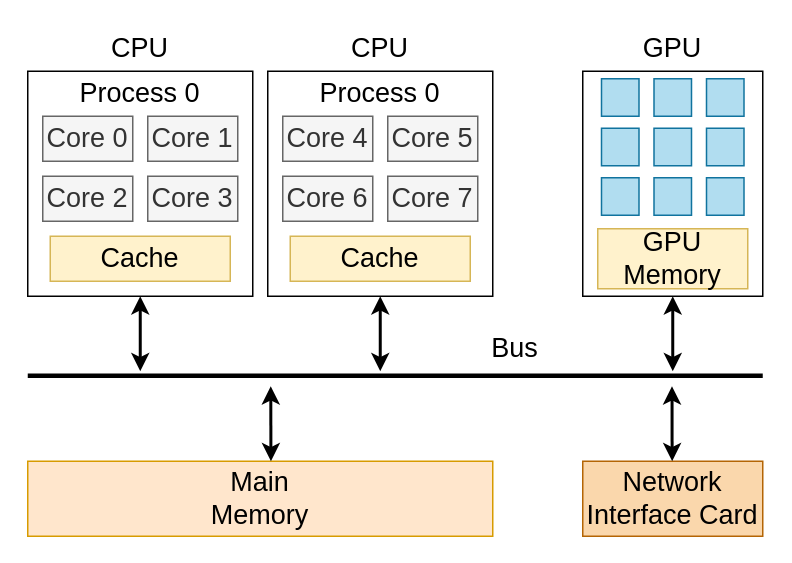
Earlier version of the draw.io diagram drawio/ch-intro/computer-arch.drawio (godaai/scale-py-zh). Source tidied: cells renumbered, new cells numbered last; positions are measured from the earlier drawing's top-left corner, leaving out a move shared by most shapes. Both pictures are drawn from the tidied source at 150%, with x=0, y=0 at pixel (27, 26).
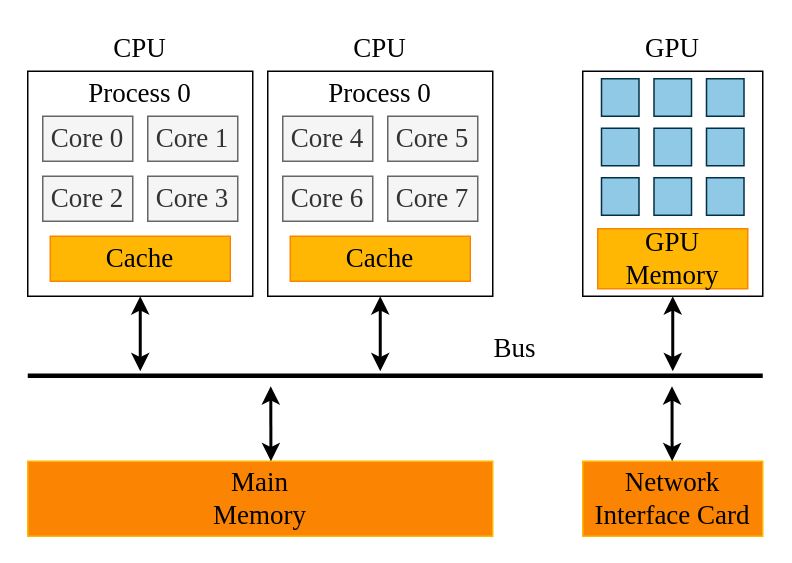
The same diagram, later.

What changed in the source:
```diff
@@
-    <mxCell id="2" style="rounded=0;whiteSpace=wrap;html=1;fillColor=none;" parent="1" vertex="1">
+    <mxCell id="2" style="rounded=0;whiteSpace=wrap;html=1;fillColor=none;fontFamily=Times New Roman;" parent="1" vertex="1">
       <mxGeometry y="30" width="150" height="150" as="geometry" />
     </mxCell>
-    <mxCell id="3" value="Process 0" style="text;html=1;strokeColor=none;fillColor=none;align=center;verticalAlign=middle;whiteSpace=wrap;rounded=0;fontSize=18;" parent="1" vertex="1">
+    <mxCell id="3" value="Process 0" style="text;html=1;strokeColor=none;fillColor=none;align=center;verticalAlign=middle;whiteSpace=wrap;rounded=0;fontSize=18;fontFamily=Times New Roman;" parent="1" vertex="1">
       <mxGeometry x="30" y="30" width="90" height="30" as="geometry" />
     </mxCell>
-    <mxCell id="4" value="Core 0" style="rounded=0;whiteSpace=wrap;html=1;fontSize=18;fillColor=#f5f5f5;strokeColor=#666666;fontColor=#333333;" parent="1" vertex="1">
+    <mxCell id="4" value="Core 0" style="rounded=0;whiteSpace=wrap;html=1;fontSize=18;fillColor=#f5f5f5;strokeColor=#666666;fontColor=#333333;fontFamily=Times New Roman;" parent="1" vertex="1">
       <mxGeometry x="10" y="60" width="60" height="30" as="geometry" />
     </mxCell>
-    <mxCell id="5" value="Core 1" style="rounded=0;whiteSpace=wrap;html=1;fontSize=18;fillColor=#f5f5f5;strokeColor=#666666;fontColor=#333333;" parent="1" vertex="1">
+    <mxCell id="5" value="Core 1" style="rounded=0;whiteSpace=wrap;html=1;fontSize=18;fillColor=#f5f5f5;strokeColor=#666666;fontColor=#333333;fontFamily=Times New Roman;" parent="1" vertex="1">
       <mxGeometry x="80" y="60" width="60" height="30" as="geometry" />
     </mxCell>
-    <mxCell id="6" value="Core 2" style="rounded=0;whiteSpace=wrap;html=1;fontSize=18;fillColor=#f5f5f5;strokeColor=#666666;fontColor=#333333;" parent="1" vertex="1">
+    <mxCell id="6" value="Core 2" style="rounded=0;whiteSpace=wrap;html=1;fontSize=18;fillColor=#f5f5f5;strokeColor=#666666;fontColor=#333333;fontFamily=Times New Roman;" parent="1" vertex="1">
       <mxGeometry x="10" y="100" width="60" height="30" as="geometry" />
     </mxCell>
-    <mxCell id="7" value="Core 3" style="rounded=0;whiteSpace=wrap;html=1;fontSize=18;fillColor=#f5f5f5;strokeColor=#666666;fontColor=#333333;" parent="1" vertex="1">
+    <mxCell id="7" value="Core 3" style="rounded=0;whiteSpace=wrap;html=1;fontSize=18;fillColor=#f5f5f5;strokeColor=#666666;fontColor=#333333;fontFamily=Times New Roman;" parent="1" vertex="1">
       <mxGeometry x="80" y="100" width="60" height="30" as="geometry" />
     </mxCell>
-    <mxCell id="8" style="rounded=0;whiteSpace=wrap;html=1;fillColor=none;" parent="1" vertex="1">
+    <mxCell id="8" style="rounded=0;whiteSpace=wrap;html=1;fillColor=none;fontFamily=Times New Roman;" parent="1" vertex="1">
       <mxGeometry x="160" y="30" width="150" height="150" as="geometry" />
     </mxCell>
-    <mxCell id="9" value="Process 0" style="text;html=1;strokeColor=none;fillColor=none;align=center;verticalAlign=middle;whiteSpace=wrap;rounded=0;fontSize=18;" parent="1" vertex="1">
+    <mxCell id="9" value="Process 0" style="text;html=1;strokeColor=none;fillColor=none;align=center;verticalAlign=middle;whiteSpace=wrap;rounded=0;fontSize=18;fontFamily=Times New Roman;" parent="1" vertex="1">
       <mxGeometry x="190" y="30" width="90" height="30" as="geometry" />
     </mxCell>
-    <mxCell id="10" value="Core 4" style="rounded=0;whiteSpace=wrap;html=1;fontSize=18;fillColor=#f5f5f5;strokeColor=#666666;fontColor=#333333;" parent="1" vertex="1">
+    <mxCell id="10" value="Core 4" style="rounded=0;whiteSpace=wrap;html=1;fontSize=18;fillColor=#f5f5f5;strokeColor=#666666;fontColor=#333333;fontFamily=Times New Roman;" parent="1" vertex="1">
       <mxGeometry x="170" y="60" width="60" height="30" as="geometry" />
     </mxCell>
-    <mxCell id="11" value="Core 5" style="rounded=0;whiteSpace=wrap;html=1;fontSize=18;fillColor=#f5f5f5;strokeColor=#666666;fontColor=#333333;" parent="1" vertex="1">
+    <mxCell id="11" value="Core 5" style="rounded=0;whiteSpace=wrap;html=1;fontSize=18;fillColor=#f5f5f5;strokeColor=#666666;fontColor=#333333;fontFamily=Times New Roman;" parent="1" vertex="1">
       <mxGeometry x="240" y="60" width="60" height="30" as="geometry" />
     </mxCell>
-    <mxCell id="12" value="Core 6" style="rounded=0;whiteSpace=wrap;html=1;fontSize=18;fillColor=#f5f5f5;strokeColor=#666666;fontColor=#333333;" parent="1" vertex="1">
+    <mxCell id="12" value="Core 6" style="rounded=0;whiteSpace=wrap;html=1;fontSize=18;fillColor=#f5f5f5;strokeColor=#666666;fontColor=#333333;fontFamily=Times New Roman;" parent="1" vertex="1">
       <mxGeometry x="170" y="100" width="60" height="30" as="geometry" />
     </mxCell>
-    <mxCell id="13" value="Core 7" style="rounded=0;whiteSpace=wrap;html=1;fontSize=18;fillColor=#f5f5f5;strokeColor=#666666;fontColor=#333333;" parent="1" vertex="1">
+    <mxCell id="13" value="Core 7" style="rounded=0;whiteSpace=wrap;html=1;fontSize=18;fillColor=#f5f5f5;strokeColor=#666666;fontColor=#333333;fontFamily=Times New Roman;" parent="1" vertex="1">
       <mxGeometry x="240" y="100" width="60" height="30" as="geometry" />
     </mxCell>
-    <mxCell id="14" value="Cache" style="rounded=0;whiteSpace=wrap;html=1;fontSize=18;fillColor=#fff2cc;strokeColor=#d6b656;" parent="1" vertex="1">
+    <mxCell id="14" value="Cache" style="rounded=0;whiteSpace=wrap;html=1;fontSize=18;fillColor=#FFB703;strokeColor=#FB8402;fontFamily=Times New Roman;" parent="1" vertex="1">
       <mxGeometry x="15" y="140" width="120" height="30" as="geometry" />
     </mxCell>
-    <mxCell id="15" value="Cache" style="rounded=0;whiteSpace=wrap;html=1;fontSize=18;fillColor=#fff2cc;strokeColor=#d6b656;" parent="1" vertex="1">
+    <mxCell id="15" value="Cache" style="rounded=0;whiteSpace=wrap;html=1;fontSize=18;fillColor=#FFB703;strokeColor=#FB8402;fontFamily=Times New Roman;" parent="1" vertex="1">
       <mxGeometry x="175" y="140" width="120" height="30" as="geometry" />
     </mxCell>
-    <mxCell id="16" style="endArrow=none;html=1;rounded=0;fontSize=18;strokeWidth=3;" parent="1" edge="1">
+    <mxCell id="16" style="endArrow=none;html=1;rounded=0;fontSize=18;strokeWidth=3;fontFamily=Times New Roman;" parent="1" edge="1">
       <mxGeometry relative="1" as="geometry">
         <mxPoint y="233" as="sourcePoint" />
         <mxPoint x="490" y="233" as="targetPoint" />
       </mxGeometry>
     </mxCell>
-    <mxCell id="17" style="endArrow=classic;startArrow=classic;html=1;rounded=0;strokeWidth=2;fontSize=18;entryX=0.5;entryY=1;entryDx=0;entryDy=0;" parent="1" edge="1" target="2">
+    <mxCell id="17" style="endArrow=classic;startArrow=classic;html=1;rounded=0;strokeWidth=2;fontSize=18;entryX=0.5;entryY=1;entryDx=0;entryDy=0;fontFamily=Times New Roman;" parent="1" edge="1" target="2">
       <mxGeometry relative="1" as="geometry">
         <mxPoint x="75" y="230" as="sourcePoint" />
       </mxGeometry>
     </mxCell>
-    <mxCell id="18" style="endArrow=classic;startArrow=classic;html=1;rounded=0;strokeWidth=2;fontSize=18;entryX=0.5;entryY=1;entryDx=0;entryDy=0;" parent="1" edge="1" target="8">
+    <mxCell id="18" style="endArrow=classic;startArrow=classic;html=1;rounded=0;strokeWidth=2;fontSize=18;entryX=0.5;entryY=1;entryDx=0;entryDy=0;fontFamily=Times New Roman;" parent="1" edge="1" target="8">
       <mxGeometry relative="1" as="geometry">
         <mxPoint x="235" y="230" as="sourcePoint" />
       </mxGeometry>
     </mxCell>
-    <mxCell id="19" value="Main &lt;br&gt;Memory" style="rounded=0;whiteSpace=wrap;html=1;fontSize=18;fillColor=#ffe6cc;strokeColor=#d79b00;" parent="1" vertex="1">
+    <mxCell id="19" value="Main &lt;br&gt;Memory" style="rounded=0;whiteSpace=wrap;html=1;fontSize=18;fillColor=#FB8402;strokeColor=#FFB703;fontFamily=Times New Roman;" parent="1" vertex="1">
       <mxGeometry y="290" width="310" height="50" as="geometry" />
     </mxCell>
-    <mxCell id="20" value="Bus" style="text;html=1;strokeColor=none;fillColor=none;align=center;verticalAlign=middle;whiteSpace=wrap;rounded=0;fontSize=18;" parent="1" vertex="1">
+    <mxCell id="20" value="Bus" style="text;html=1;strokeColor=none;fillColor=none;align=center;verticalAlign=middle;whiteSpace=wrap;rounded=0;fontSize=18;fontFamily=Times New Roman;" parent="1" vertex="1">
       <mxGeometry x="295" y="200" width="60" height="30" as="geometry" />
     </mxCell>
-    <mxCell id="21" style="rounded=0;whiteSpace=wrap;html=1;fontSize=18;" parent="1" vertex="1">
+    <mxCell id="21" style="rounded=0;whiteSpace=wrap;html=1;fontSize=18;fontFamily=Times New Roman;" parent="1" vertex="1">
       <mxGeometry x="370" y="30" width="120" height="150" as="geometry" />
     </mxCell>
-    <mxCell id="22" value="CPU" style="text;html=1;strokeColor=none;fillColor=none;align=center;verticalAlign=middle;whiteSpace=wrap;rounded=0;fontSize=18;" parent="1" vertex="1">
+    <mxCell id="22" value="&lt;font&gt;CPU&lt;/font&gt;" style="text;html=1;strokeColor=none;fillColor=none;align=center;verticalAlign=middle;whiteSpace=wrap;rounded=0;fontSize=18;fontFamily=Times New Roman;" parent="1" vertex="1">
       <mxGeometry x="45" width="60" height="30" as="geometry" />
     </mxCell>
-    <mxCell id="23" value="CPU" style="text;html=1;strokeColor=none;fillColor=none;align=center;verticalAlign=middle;whiteSpace=wrap;rounded=0;fontSize=18;" parent="1" vertex="1">
+    <mxCell id="23" value="&lt;font&gt;CPU&lt;/font&gt;" style="text;html=1;strokeColor=none;fillColor=none;align=center;verticalAlign=middle;whiteSpace=wrap;rounded=0;fontSize=18;fontFamily=Times New Roman;" parent="1" vertex="1">
       <mxGeometry x="205" width="60" height="30" as="geometry" />
     </mxCell>
-    <mxCell id="24" value="GPU" style="text;html=1;strokeColor=none;fillColor=none;align=center;verticalAlign=middle;whiteSpace=wrap;rounded=0;fontSize=18;" parent="1" vertex="1">
+    <mxCell id="24" value="&lt;font&gt;GPU&lt;/font&gt;" style="text;html=1;strokeColor=none;fillColor=none;align=center;verticalAlign=middle;whiteSpace=wrap;rounded=0;fontSize=18;fontFamily=Times New Roman;" parent="1" vertex="1">
       <mxGeometry x="400" width="60" height="30" as="geometry" />
     </mxCell>
-    <mxCell id="25" style="whiteSpace=wrap;html=1;fontSize=18;fillColor=#b1ddf0;strokeColor=#10739e;" parent="1" vertex="1">
+    <mxCell id="25" style="whiteSpace=wrap;html=1;fontSize=18;fillColor=#90C9E6;strokeColor=#023047;fontFamily=Times New Roman;" parent="1" vertex="1">
       <mxGeometry x="417.5" y="35" width="25" height="25" as="geometry" />
     </mxCell>
-    <mxCell id="26" style="whiteSpace=wrap;html=1;fontSize=18;fillColor=#b1ddf0;strokeColor=#10739e;" parent="1" vertex="1">
+    <mxCell id="26" style="whiteSpace=wrap;html=1;fontSize=18;fillColor=#90C9E6;strokeColor=#023047;fontFamily=Times New Roman;" parent="1" vertex="1">
       <mxGeometry x="382.5" y="35" width="25" height="25" as="geometry" />
     </mxCell>
-    <mxCell id="27" style="whiteSpace=wrap;html=1;fontSize=18;fillColor=#b1ddf0;strokeColor=#10739e;" parent="1" vertex="1">
+    <mxCell id="27" style="whiteSpace=wrap;html=1;fontSize=18;fillColor=#90C9E6;strokeColor=#023047;fontFamily=Times New Roman;" parent="1" vertex="1">
       <mxGeometry x="452.5" y="35" width="25" height="25" as="geometry" />
     </mxCell>
-    <mxCell id="28" style="whiteSpace=wrap;html=1;fontSize=18;fillColor=#b1ddf0;strokeColor=#10739e;" parent="1" vertex="1">
+    <mxCell id="28" style="whiteSpace=wrap;html=1;fontSize=18;fillColor=#90C9E6;strokeColor=#023047;fontFamily=Times New Roman;" parent="1" vertex="1">
       <mxGeometry x="417.5" y="68" width="25" height="25" as="geometry" />
     </mxCell>
-    <mxCell id="29" style="whiteSpace=wrap;html=1;fontSize=18;fillColor=#b1ddf0;strokeColor=#10739e;" parent="1" vertex="1">
+    <mxCell id="29" style="whiteSpace=wrap;html=1;fontSize=18;fillColor=#90C9E6;strokeColor=#023047;fontFamily=Times New Roman;" parent="1" vertex="1">
       <mxGeometry x="382.5" y="68" width="25" height="25" as="geometry" />
     </mxCell>
-    <mxCell id="30" style="whiteSpace=wrap;html=1;fontSize=18;fillColor=#b1ddf0;strokeColor=#10739e;" parent="1" vertex="1">
+    <mxCell id="30" style="whiteSpace=wrap;html=1;fontSize=18;fillColor=#90C9E6;strokeColor=#023047;fontFamily=Times New Roman;" parent="1" vertex="1">
       <mxGeometry x="452.5" y="68" width="25" height="25" as="geometry" />
     </mxCell>
-    <mxCell id="31" style="whiteSpace=wrap;html=1;fontSize=18;fillColor=#b1ddf0;strokeColor=#10739e;" parent="1" vertex="1">
+    <mxCell id="31" style="whiteSpace=wrap;html=1;fontSize=18;fillColor=#90C9E6;strokeColor=#023047;fontFamily=Times New Roman;" parent="1" vertex="1">
       <mxGeometry x="417.5" y="101" width="25" height="25" as="geometry" />
     </mxCell>
-    <mxCell id="32" style="whiteSpace=wrap;html=1;fontSize=18;fillColor=#b1ddf0;strokeColor=#10739e;" parent="1" vertex="1">
+    <mxCell id="32" style="whiteSpace=wrap;html=1;fontSize=18;fillColor=#90C9E6;strokeColor=#023047;fontFamily=Times New Roman;" parent="1" vertex="1">
       <mxGeometry x="382.5" y="101" width="25" height="25" as="geometry" />
     </mxCell>
-    <mxCell id="33" style="whiteSpace=wrap;html=1;fontSize=18;fillColor=#b1ddf0;strokeColor=#10739e;" parent="1" vertex="1">
+    <mxCell id="33" style="whiteSpace=wrap;html=1;fontSize=18;fillColor=#90C9E6;strokeColor=#023047;fontFamily=Times New Roman;" parent="1" vertex="1">
       <mxGeometry x="452.5" y="101" width="25" height="25" as="geometry" />
     </mxCell>
-    <mxCell id="34" value="GPU Memory" style="rounded=0;whiteSpace=wrap;html=1;fontSize=18;fillColor=#fff2cc;strokeColor=#d6b656;" parent="1" vertex="1">
+    <mxCell id="34" value="GPU Memory" style="rounded=0;whiteSpace=wrap;html=1;fontSize=18;fillColor=#FFB703;strokeColor=#FB8402;fontFamily=Times New Roman;" parent="1" vertex="1">
       <mxGeometry x="380" y="135" width="100" height="40" as="geometry" />
     </mxCell>
-    <mxCell id="35" style="endArrow=classic;startArrow=classic;html=1;rounded=0;strokeWidth=2;fontSize=18;entryX=0.5;entryY=1;entryDx=0;entryDy=0;" parent="1" edge="1" target="21">
+    <mxCell id="35" style="endArrow=classic;startArrow=classic;html=1;rounded=0;strokeWidth=2;fontSize=18;entryX=0.5;entryY=1;entryDx=0;entryDy=0;fontFamily=Times New Roman;" parent="1" edge="1" target="21">
       <mxGeometry relative="1" as="geometry">
         <mxPoint x="430" y="230" as="sourcePoint" />
       </mxGeometry>
     </mxCell>
-    <mxCell id="36" style="endArrow=classic;startArrow=classic;html=1;rounded=0;strokeWidth=2;fontSize=18;exitX=0.523;exitY=0;exitDx=0;exitDy=0;exitPerimeter=0;" parent="1" edge="1" source="19">
+    <mxCell id="36" style="endArrow=classic;startArrow=classic;html=1;rounded=0;strokeWidth=2;fontSize=18;exitX=0.523;exitY=0;exitDx=0;exitDy=0;exitPerimeter=0;fontFamily=Times New Roman;" parent="1" edge="1" source="19">
       <mxGeometry relative="1" as="geometry">
         <mxPoint x="162" y="240" as="targetPoint" />
       </mxGeometry>
     </mxCell>
-    <mxCell id="37" value="Network&lt;br&gt;Interface Card" style="rounded=0;whiteSpace=wrap;html=1;fontSize=18;fillColor=#fad7ac;strokeColor=#b46504;" parent="1" vertex="1">
+    <mxCell id="37" value="Network&lt;br&gt;Interface Card" style="rounded=0;whiteSpace=wrap;html=1;fontSize=18;fillColor=#FB8402;strokeColor=#FFB703;fontFamily=Times New Roman;" parent="1" vertex="1">
       <mxGeometry x="370" y="290" width="120" height="50" as="geometry" />
     </mxCell>
-    <mxCell id="38" style="endArrow=classic;startArrow=classic;html=1;rounded=0;strokeWidth=2;fontSize=18;exitX=0.523;exitY=0;exitDx=0;exitDy=0;exitPerimeter=0;" parent="1" edge="1">
+    <mxCell id="38" style="endArrow=classic;startArrow=classic;html=1;rounded=0;strokeWidth=2;fontSize=18;exitX=0.523;exitY=0;exitDx=0;exitDy=0;exitPerimeter=0;fontFamily=Times New Roman;" parent="1" edge="1">
       <mxGeometry x="0.59" y="-98" relative="1" as="geometry">
         <mxPoint x="429.6" y="290" as="sourcePoint" />
         <mxPoint x="429.5" y="240" as="targetPoint" />
       </mxGeometry>
     </mxCell>
```
